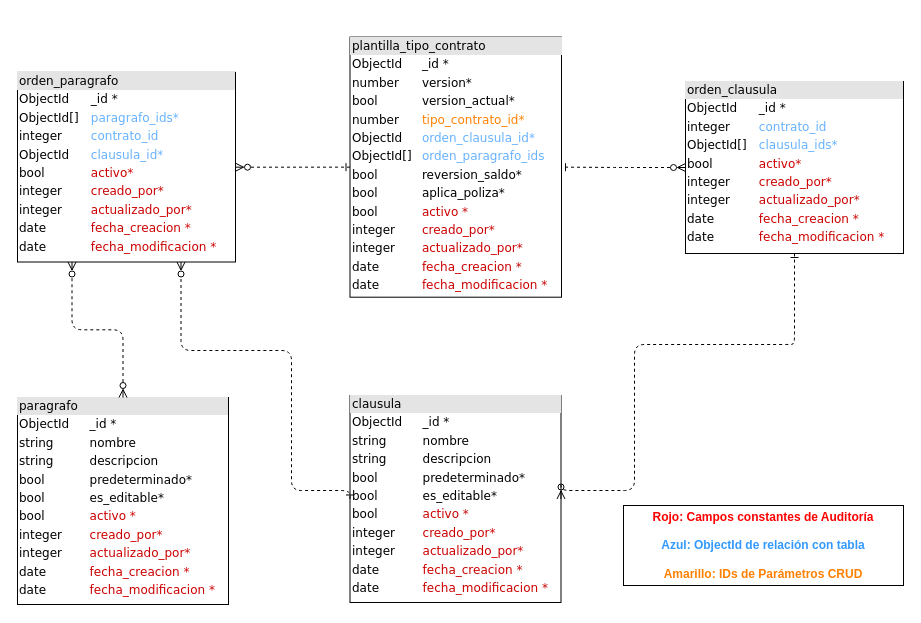
Earlier version of the draw.io diagram database/modelo-datos-no-relacional-clausulas-paragrafos.drawio (udistrital/clausulas_paragrafos_crud). Source tidied: cells renumbered, new cells numbered last; positions are measured from the earlier drawing's top-left corner, leaving out a move shared by most shapes. Both pictures are drawn from the tidied source at 100%, with x=0, y=0 at pixel (17, 37).
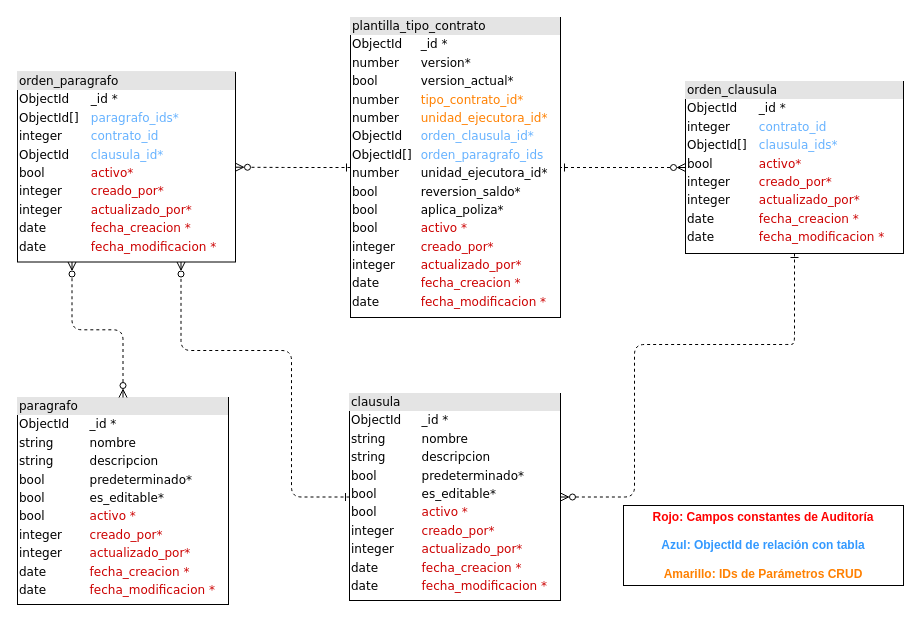
The same diagram, later.

Diff of the diagram source:
```diff
@@
 <mxGraphModel>
   <root>
     <mxCell id="0" />
     <mxCell id="1" parent="0" />
     <mxCell id="2" value="&lt;div style=&quot;box-sizing: border-box ; width: 100% ; background: #e4e4e4 ; padding: 2px&quot;&gt;clausula&lt;/div&gt;&lt;table style=&quot;width: 100% ; font-size: 1em&quot; cellpadding=&quot;2&quot; cellspacing=&quot;0&quot;&gt;&lt;tbody&gt;&lt;tr&gt;&lt;td&gt;ObjectId&lt;span style=&quot;white-space: pre;&quot;&gt;&#9;&lt;/span&gt;&lt;/td&gt;&lt;td&gt;_id *&lt;/td&gt;&lt;/tr&gt;&lt;tr&gt;&lt;td&gt;string&lt;/td&gt;&lt;td&gt;nombre&lt;/td&gt;&lt;/tr&gt;&lt;tr&gt;&lt;td&gt;string&lt;br&gt;&lt;/td&gt;&lt;td&gt;descripcion&lt;br&gt;&lt;/td&gt;&lt;/tr&gt;&lt;tr&gt;&lt;td&gt;bool&lt;/td&gt;&lt;td&gt;predeterminado*&lt;/td&gt;&lt;/tr&gt;&lt;tr&gt;&lt;td&gt;bool&lt;/td&gt;&lt;td&gt;es_editable*&lt;/td&gt;&lt;/tr&gt;&lt;tr&gt;&lt;td&gt;bool&lt;br&gt;&lt;/td&gt;&lt;td&gt;&lt;span style=&quot;color: rgb(204, 0, 0);&quot;&gt;activo *&lt;/span&gt;&lt;br style=&quot;color: rgb(204, 0, 0);&quot;&gt;&lt;/td&gt;&lt;/tr&gt;&lt;tr&gt;&lt;td&gt;integer&lt;br&gt;&lt;/td&gt;&lt;td&gt;&lt;span style=&quot;color: rgb(204, 0, 0);&quot;&gt;creado_por*&lt;/span&gt;&lt;br&gt;&lt;/td&gt;&lt;/tr&gt;&lt;tr&gt;&lt;td&gt;integer&lt;br&gt;&lt;/td&gt;&lt;td&gt;&lt;span style=&quot;color: rgb(204, 0, 0);&quot;&gt;actualizado_por*&lt;/span&gt;&lt;br&gt;&lt;/td&gt;&lt;/tr&gt;&lt;tr&gt;&lt;td&gt;date&lt;/td&gt;&lt;td&gt;&lt;span style=&quot;color: rgb(204, 0, 0);&quot;&gt;fecha_creacion *&lt;/span&gt;&lt;br style=&quot;color: rgb(204, 0, 0);&quot;&gt;&lt;/td&gt;&lt;/tr&gt;&lt;tr&gt;&lt;td&gt;date&lt;/td&gt;&lt;td&gt;&lt;span style=&quot;color: rgb(204, 0, 0);&quot;&gt;fecha_modificacion *&lt;/span&gt;&lt;br&gt;&lt;/td&gt;&lt;/tr&gt;&lt;/tbody&gt;&lt;/table&gt;" style="verticalAlign=top;align=left;overflow=fill;html=1;rounded=0;shadow=0;comic=0;labelBackgroundColor=none;strokeWidth=1;fontFamily=Verdana;fontSize=12;" parent="1" vertex="1">
-      <mxGeometry x="332.5" y="358" width="211" height="207" as="geometry" />
+      <mxGeometry x="332" y="356" width="211" height="207" as="geometry" />
     </mxCell>
     <mxCell id="3" value="&lt;div style=&quot;box-sizing: border-box ; width: 100% ; background: #e4e4e4 ; padding: 2px&quot;&gt;paragrafo&lt;/div&gt;&lt;table style=&quot;width: 100% ; font-size: 1em&quot; cellpadding=&quot;2&quot; cellspacing=&quot;0&quot;&gt;&lt;tbody&gt;&lt;tr&gt;&lt;td&gt;ObjectId&lt;span style=&quot;white-space: pre;&quot;&gt;&#9;&lt;/span&gt;&lt;/td&gt;&lt;td&gt;_id *&lt;/td&gt;&lt;/tr&gt;&lt;tr&gt;&lt;td&gt;string&lt;/td&gt;&lt;td&gt;nombre&lt;/td&gt;&lt;/tr&gt;&lt;tr&gt;&lt;td&gt;string&lt;br&gt;&lt;/td&gt;&lt;td&gt;descripcion&lt;br&gt;&lt;/td&gt;&lt;/tr&gt;&lt;tr&gt;&lt;td&gt;bool&lt;/td&gt;&lt;td&gt;predeterminado*&lt;/td&gt;&lt;/tr&gt;&lt;tr&gt;&lt;td&gt;bool&lt;/td&gt;&lt;td&gt;es_editable*&lt;/td&gt;&lt;/tr&gt;&lt;tr&gt;&lt;td&gt;bool&lt;br&gt;&lt;/td&gt;&lt;td&gt;&lt;span style=&quot;color: rgb(204, 0, 0);&quot;&gt;activo *&lt;/span&gt;&lt;br style=&quot;color: rgb(204, 0, 0);&quot;&gt;&lt;/td&gt;&lt;/tr&gt;&lt;tr&gt;&lt;td&gt;integer&lt;/td&gt;&lt;td&gt;&lt;span style=&quot;color: rgb(204, 0, 0);&quot;&gt;creado_por*&lt;/span&gt;&lt;br&gt;&lt;/td&gt;&lt;/tr&gt;&lt;tr&gt;&lt;td&gt;integer&lt;br&gt;&lt;/td&gt;&lt;td&gt;&lt;span style=&quot;color: rgb(204, 0, 0);&quot;&gt;actualizado_por*&lt;/span&gt;&lt;br&gt;&lt;/td&gt;&lt;/tr&gt;&lt;tr&gt;&lt;td&gt;date&lt;/td&gt;&lt;td&gt;&lt;span style=&quot;color: rgb(204, 0, 0);&quot;&gt;fecha_creacion *&lt;/span&gt;&lt;br style=&quot;color: rgb(204, 0, 0);&quot;&gt;&lt;/td&gt;&lt;/tr&gt;&lt;tr&gt;&lt;td&gt;date&lt;/td&gt;&lt;td&gt;&lt;span style=&quot;color: rgb(204, 0, 0);&quot;&gt;fecha_modificacion *&lt;/span&gt;&lt;br&gt;&lt;/td&gt;&lt;/tr&gt;&lt;/tbody&gt;&lt;/table&gt;" style="verticalAlign=top;align=left;overflow=fill;html=1;rounded=0;shadow=0;comic=0;labelBackgroundColor=none;strokeWidth=1;fontFamily=Verdana;fontSize=12;" parent="1" vertex="1">
       <mxGeometry y="360" width="211" height="207" as="geometry" />
     </mxCell>
     <mxCell id="4" value="&lt;div style=&quot;box-sizing: border-box ; width: 100% ; background: #e4e4e4 ; padding: 2px&quot;&gt;orden_clausula&lt;/div&gt;&lt;table style=&quot;width: 100% ; font-size: 1em&quot; cellpadding=&quot;2&quot; cellspacing=&quot;0&quot;&gt;&lt;tbody&gt;&lt;tr&gt;&lt;td&gt;ObjectId&lt;/td&gt;&lt;td&gt;_id *&lt;/td&gt;&lt;/tr&gt;&lt;tr&gt;&lt;td&gt;integer&lt;br&gt;&lt;/td&gt;&lt;td&gt;&lt;font color=&quot;#66b2ff&quot;&gt;contrato_id&lt;/font&gt;&lt;/td&gt;&lt;/tr&gt;&lt;tr&gt;&lt;td&gt;ObjectId[]&lt;/td&gt;&lt;td&gt;&lt;font color=&quot;#66b2ff&quot;&gt;clausula_ids*&lt;/font&gt;&lt;/td&gt;&lt;/tr&gt;&lt;tr&gt;&lt;td&gt;bool&lt;/td&gt;&lt;td&gt;&lt;font color=&quot;#cc0000&quot;&gt;activo*&lt;/font&gt;&lt;/td&gt;&lt;/tr&gt;&lt;tr&gt;&lt;td&gt;integer&lt;/td&gt;&lt;td&gt;&lt;font color=&quot;#cc0000&quot;&gt;creado_por*&lt;/font&gt;&lt;/td&gt;&lt;/tr&gt;&lt;tr&gt;&lt;td&gt;integer&lt;/td&gt;&lt;td&gt;&lt;font color=&quot;#cc0000&quot;&gt;actualizado_por*&lt;/font&gt;&lt;/td&gt;&lt;/tr&gt;&lt;tr&gt;&lt;td&gt;date&lt;/td&gt;&lt;td&gt;&lt;span style=&quot;color: rgb(204, 0, 0);&quot;&gt;fecha_creacion *&lt;/span&gt;&lt;br style=&quot;color: rgb(204, 0, 0);&quot;&gt;&lt;/td&gt;&lt;/tr&gt;&lt;tr&gt;&lt;td&gt;date&lt;/td&gt;&lt;td&gt;&lt;span style=&quot;color: rgb(204, 0, 0);&quot;&gt;fecha_modificacion *&lt;/span&gt;&lt;br&gt;&lt;/td&gt;&lt;/tr&gt;&lt;/tbody&gt;&lt;/table&gt;" style="verticalAlign=top;align=left;overflow=fill;html=1;rounded=0;shadow=0;comic=0;labelBackgroundColor=none;strokeWidth=1;fontFamily=Verdana;fontSize=12;" parent="1" vertex="1">
       <mxGeometry x="668" y="44" width="218" height="172" as="geometry" />
     </mxCell>
-    <mxCell id="5" value="&lt;div style=&quot;box-sizing: border-box ; width: 100% ; background: #e4e4e4 ; padding: 2px&quot;&gt;plantilla_tipo_contrato&lt;/div&gt;&lt;table style=&quot;width: 100% ; font-size: 1em&quot; cellpadding=&quot;2&quot; cellspacing=&quot;0&quot;&gt;&lt;tbody&gt;&lt;tr&gt;&lt;td&gt;ObjectId&lt;/td&gt;&lt;td&gt;_id *&lt;/td&gt;&lt;/tr&gt;&lt;tr&gt;&lt;td&gt;number&lt;/td&gt;&lt;td&gt;version*&lt;/td&gt;&lt;/tr&gt;&lt;tr&gt;&lt;td&gt;bool&lt;/td&gt;&lt;td&gt;version_actual*&lt;/td&gt;&lt;/tr&gt;&lt;tr&gt;&lt;td&gt;number&lt;/td&gt;&lt;td&gt;&lt;font color=&quot;#ff8000&quot;&gt;tipo_contrato_id*&lt;/font&gt;&lt;/td&gt;&lt;/tr&gt;&lt;tr&gt;&lt;td&gt;ObjectId&lt;/td&gt;&lt;td&gt;&lt;font color=&quot;#66b2ff&quot;&gt;orden_clausula_id*&lt;/font&gt;&lt;/td&gt;&lt;/tr&gt;&lt;tr&gt;&lt;td&gt;ObjectId[]&lt;/td&gt;&lt;td&gt;&lt;font color=&quot;#66b2ff&quot;&gt;orden_paragrafo_ids&lt;/font&gt;&lt;/td&gt;&lt;/tr&gt;&lt;tr&gt;&lt;td&gt;bool&lt;/td&gt;&lt;td&gt;reversion_saldo*&lt;/td&gt;&lt;/tr&gt;&lt;tr&gt;&lt;td&gt;bool&lt;/td&gt;&lt;td&gt;aplica_poliza*&lt;/td&gt;&lt;/tr&gt;&lt;tr&gt;&lt;td&gt;bool&lt;br&gt;&lt;/td&gt;&lt;td&gt;&lt;span style=&quot;color: rgb(204, 0, 0);&quot;&gt;activo *&lt;/span&gt;&lt;br style=&quot;color: rgb(204, 0, 0);&quot;&gt;&lt;/td&gt;&lt;/tr&gt;&lt;tr&gt;&lt;td&gt;integer&lt;br&gt;&lt;/td&gt;&lt;td&gt;&lt;span style=&quot;color: rgb(204, 0, 0);&quot;&gt;creado_por*&lt;/span&gt;&lt;br&gt;&lt;/td&gt;&lt;/tr&gt;&lt;tr&gt;&lt;td&gt;integer&lt;br&gt;&lt;/td&gt;&lt;td&gt;&lt;span style=&quot;color: rgb(204, 0, 0);&quot;&gt;actualizado_por*&lt;/span&gt;&lt;br&gt;&lt;/td&gt;&lt;/tr&gt;&lt;tr&gt;&lt;td&gt;date&lt;/td&gt;&lt;td&gt;&lt;span style=&quot;color: rgb(204, 0, 0);&quot;&gt;fecha_creacion *&lt;/span&gt;&lt;br style=&quot;color: rgb(204, 0, 0);&quot;&gt;&lt;/td&gt;&lt;/tr&gt;&lt;tr&gt;&lt;td&gt;date&lt;/td&gt;&lt;td&gt;&lt;span style=&quot;color: rgb(204, 0, 0);&quot;&gt;fecha_modificacion *&lt;/span&gt;&lt;br&gt;&lt;/td&gt;&lt;/tr&gt;&lt;/tbody&gt;&lt;/table&gt;" style="verticalAlign=top;align=left;overflow=fill;html=1;rounded=0;shadow=0;comic=0;labelBackgroundColor=none;strokeWidth=1;fontFamily=Verdana;fontSize=12;" parent="1" vertex="1">
-      <mxGeometry x="332.5" y="-0.4" width="211.5" height="260.1" as="geometry" />
+    <mxCell id="5" value="&lt;div style=&quot;box-sizing: border-box ; width: 100% ; background: #e4e4e4 ; padding: 2px&quot;&gt;plantilla_tipo_contrato&lt;/div&gt;&lt;table style=&quot;width: 100% ; font-size: 1em&quot; cellpadding=&quot;2&quot; cellspacing=&quot;0&quot;&gt;&lt;tbody&gt;&lt;tr&gt;&lt;td&gt;ObjectId&lt;/td&gt;&lt;td&gt;_id *&lt;/td&gt;&lt;/tr&gt;&lt;tr&gt;&lt;td&gt;number&lt;/td&gt;&lt;td&gt;version*&lt;/td&gt;&lt;/tr&gt;&lt;tr&gt;&lt;td&gt;bool&lt;/td&gt;&lt;td&gt;version_actual*&lt;/td&gt;&lt;/tr&gt;&lt;tr&gt;&lt;td&gt;number&lt;/td&gt;&lt;td&gt;&lt;font color=&quot;#ff8000&quot;&gt;tipo_contrato_id*&lt;/font&gt;&lt;/td&gt;&lt;/tr&gt;&lt;tr&gt;&lt;td&gt;number&lt;/td&gt;&lt;td&gt;&lt;font color=&quot;#ff8000&quot;&gt;unidad_ejecutora_id*&lt;/font&gt;&lt;/td&gt;&lt;/tr&gt;&lt;tr&gt;&lt;td&gt;ObjectId&lt;/td&gt;&lt;td&gt;&lt;font color=&quot;#66b2ff&quot;&gt;orden_clausula_id*&lt;/font&gt;&lt;/td&gt;&lt;/tr&gt;&lt;tr&gt;&lt;td&gt;ObjectId[]&lt;/td&gt;&lt;td&gt;&lt;font color=&quot;#66b2ff&quot;&gt;orden_paragrafo_ids&lt;/font&gt;&lt;/td&gt;&lt;/tr&gt;&lt;tr&gt;&lt;td&gt;number&lt;/td&gt;&lt;td&gt;unidad_ejecutora_id*&lt;/td&gt;&lt;/tr&gt;&lt;tr&gt;&lt;td&gt;bool&lt;/td&gt;&lt;td&gt;reversion_saldo*&lt;/td&gt;&lt;/tr&gt;&lt;tr&gt;&lt;td&gt;bool&lt;/td&gt;&lt;td&gt;aplica_poliza*&lt;/td&gt;&lt;/tr&gt;&lt;tr&gt;&lt;td&gt;bool&lt;br&gt;&lt;/td&gt;&lt;td&gt;&lt;span style=&quot;color: rgb(204, 0, 0);&quot;&gt;activo *&lt;/span&gt;&lt;br style=&quot;color: rgb(204, 0, 0);&quot;&gt;&lt;/td&gt;&lt;/tr&gt;&lt;tr&gt;&lt;td&gt;integer&lt;br&gt;&lt;/td&gt;&lt;td&gt;&lt;span style=&quot;color: rgb(204, 0, 0);&quot;&gt;creado_por*&lt;/span&gt;&lt;br&gt;&lt;/td&gt;&lt;/tr&gt;&lt;tr&gt;&lt;td&gt;integer&lt;br&gt;&lt;/td&gt;&lt;td&gt;&lt;span style=&quot;color: rgb(204, 0, 0);&quot;&gt;actualizado_por*&lt;/span&gt;&lt;br&gt;&lt;/td&gt;&lt;/tr&gt;&lt;tr&gt;&lt;td&gt;date&lt;/td&gt;&lt;td&gt;&lt;span style=&quot;color: rgb(204, 0, 0);&quot;&gt;fecha_creacion *&lt;/span&gt;&lt;br style=&quot;color: rgb(204, 0, 0);&quot;&gt;&lt;/td&gt;&lt;/tr&gt;&lt;tr&gt;&lt;td&gt;date&lt;/td&gt;&lt;td&gt;&lt;span style=&quot;color: rgb(204, 0, 0);&quot;&gt;fecha_modificacion *&lt;/span&gt;&lt;br&gt;&lt;/td&gt;&lt;/tr&gt;&lt;/tbody&gt;&lt;/table&gt;" style="verticalAlign=top;align=left;overflow=fill;html=1;rounded=0;shadow=0;comic=0;labelBackgroundColor=none;strokeWidth=1;fontFamily=Verdana;fontSize=12;" parent="1" vertex="1">
+      <mxGeometry x="333" y="-20" width="210" height="300" as="geometry" />
     </mxCell>
     <mxCell id="6" style="edgeStyle=orthogonalEdgeStyle;html=1;dashed=1;labelBackgroundColor=none;startArrow=ERone;endArrow=ERzeroToMany;fontFamily=Verdana;fontSize=12;align=left;startFill=0;endFill=0;entryX=1;entryY=0.5;entryDx=0;entryDy=0;exitX=0.5;exitY=1;exitDx=0;exitDy=0;" parent="1" edge="1" source="4" target="2">
       <mxGeometry relative="1" as="geometry">
         <Array as="points">
           <mxPoint x="777" y="306" />
           <mxPoint x="775" y="306" />
           <mxPoint x="775" y="307" />
           <mxPoint x="617" y="307" />
-          <mxPoint x="617" y="453" />
+          <mxPoint x="617" y="460" />
         </Array>
       </mxGeometry>
     </mxCell>
     <mxCell id="7" style="edgeStyle=orthogonalEdgeStyle;html=1;dashed=1;labelBackgroundColor=none;startArrow=ERone;endArrow=ERzeroToMany;fontFamily=Verdana;fontSize=12;align=left;startFill=0;endFill=0;entryX=0.75;entryY=1;entryDx=0;entryDy=0;exitX=0;exitY=0.5;exitDx=0;exitDy=0;" parent="1" edge="1" source="2" target="8">
       <mxGeometry relative="1" as="geometry">
         <Array as="points">
-          <mxPoint x="274" y="453" />
+          <mxPoint x="274" y="460" />
           <mxPoint x="274" y="313" />
           <mxPoint x="164" y="313" />
         </Array>
       </mxGeometry>
     </mxCell>
     <mxCell id="8" value="&lt;div style=&quot;box-sizing: border-box ; width: 100% ; background: #e4e4e4 ; padding: 2px&quot;&gt;orden_paragrafo&lt;/div&gt;&lt;table style=&quot;width: 100% ; font-size: 1em&quot; cellpadding=&quot;2&quot; cellspacing=&quot;0&quot;&gt;&lt;tbody&gt;&lt;tr&gt;&lt;td&gt;ObjectId&lt;/td&gt;&lt;td&gt;_id *&lt;/td&gt;&lt;/tr&gt;&lt;tr&gt;&lt;td&gt;ObjectId[]&lt;/td&gt;&lt;td&gt;&lt;font color=&quot;#66b2ff&quot;&gt;paragrafo_ids*&lt;/font&gt;&lt;/td&gt;&lt;/tr&gt;&lt;tr&gt;&lt;td&gt;integer&lt;/td&gt;&lt;td&gt;&lt;font color=&quot;#66b2ff&quot;&gt;contrato_id&lt;/font&gt;&lt;/td&gt;&lt;/tr&gt;&lt;tr&gt;&lt;td&gt;ObjectId&lt;/td&gt;&lt;td&gt;&lt;font color=&quot;#66b2ff&quot;&gt;clausula_id*&lt;/font&gt;&lt;/td&gt;&lt;/tr&gt;&lt;tr&gt;&lt;td&gt;bool&lt;/td&gt;&lt;td&gt;&lt;font color=&quot;#cc0000&quot;&gt;activo*&lt;/font&gt;&lt;/td&gt;&lt;/tr&gt;&lt;tr&gt;&lt;td&gt;integer&lt;/td&gt;&lt;td&gt;&lt;font color=&quot;#cc0000&quot;&gt;creado_por*&lt;/font&gt;&lt;/td&gt;&lt;/tr&gt;&lt;tr&gt;&lt;td&gt;integer&lt;/td&gt;&lt;td&gt;&lt;font color=&quot;#cc0000&quot;&gt;actualizado_por*&lt;/font&gt;&lt;/td&gt;&lt;/tr&gt;&lt;tr&gt;&lt;td&gt;date&lt;/td&gt;&lt;td&gt;&lt;span style=&quot;color: rgb(204, 0, 0);&quot;&gt;fecha_creacion *&lt;/span&gt;&lt;br style=&quot;color: rgb(204, 0, 0);&quot;&gt;&lt;/td&gt;&lt;/tr&gt;&lt;tr&gt;&lt;td&gt;date&lt;/td&gt;&lt;td&gt;&lt;span style=&quot;color: rgb(204, 0, 0);&quot;&gt;fecha_modificacion *&lt;/span&gt;&lt;br&gt;&lt;/td&gt;&lt;/tr&gt;&lt;/tbody&gt;&lt;/table&gt;" style="verticalAlign=top;align=left;overflow=fill;html=1;rounded=0;shadow=0;comic=0;labelBackgroundColor=none;strokeWidth=1;fontFamily=Verdana;fontSize=12;" parent="1" vertex="1">
       <mxGeometry y="34.9" width="218" height="189.6" as="geometry" />
     </mxCell>
     <mxCell id="9" style="edgeStyle=orthogonalEdgeStyle;html=1;dashed=1;labelBackgroundColor=none;startArrow=ERzeroToMany;endArrow=ERzeroToMany;fontFamily=Verdana;fontSize=12;align=left;startFill=0;endFill=0;entryX=0.25;entryY=1;entryDx=0;entryDy=0;exitX=0.5;exitY=0;exitDx=0;exitDy=0;" parent="1" edge="1" source="3" target="8">
       <mxGeometry relative="1" as="geometry" />
     </mxCell>
     <mxCell id="10" style="edgeStyle=orthogonalEdgeStyle;html=1;dashed=1;labelBackgroundColor=none;startArrow=ERone;endArrow=ERzeroToMany;fontFamily=Verdana;fontSize=12;align=left;startFill=0;endFill=0;entryX=1;entryY=0.5;entryDx=0;entryDy=0;exitX=0;exitY=0.5;exitDx=0;exitDy=0;" parent="1" edge="1" source="5" target="8">
       <mxGeometry relative="1" as="geometry" />
     </mxCell>
     <mxCell id="11" style="edgeStyle=orthogonalEdgeStyle;html=1;dashed=1;labelBackgroundColor=none;startArrow=ERzeroToMany;endArrow=ERone;fontFamily=Verdana;fontSize=12;align=left;startFill=0;endFill=0;entryX=1;entryY=0.5;entryDx=0;entryDy=0;exitX=0;exitY=0.5;exitDx=0;exitDy=0;" parent="1" edge="1" source="4" target="5">
       <mxGeometry relative="1" as="geometry" />
     </mxCell>
     <mxCell id="12" value="&lt;b&gt;&lt;font color=&quot;#ff0000&quot;&gt;Rojo: Campos constantes de Auditoría&lt;/font&gt;&lt;/b&gt;&lt;div&gt;&lt;b&gt;&lt;font color=&quot;#ff0000&quot;&gt;&lt;br&gt;&lt;/font&gt;&lt;/b&gt;&lt;/div&gt;&lt;div&gt;&lt;b&gt;&lt;font color=&quot;#3399ff&quot;&gt;Azul: ObjectId de relación con tabla&lt;/font&gt;&lt;/b&gt;&lt;/div&gt;&lt;div&gt;&lt;b&gt;&lt;font color=&quot;#3399ff&quot;&gt;&lt;br&gt;&lt;/font&gt;&lt;/b&gt;&lt;/div&gt;&lt;div&gt;&lt;b&gt;&lt;font color=&quot;#ff8000&quot;&gt;Amarillo: IDs de Parámetros CRUD&lt;/font&gt;&lt;/b&gt;&lt;/div&gt;" style="rounded=0;whiteSpace=wrap;html=1;" parent="1" vertex="1">
       <mxGeometry x="606" y="468" width="280" height="80" as="geometry" />
     </mxCell>
   </root>
 </mxGraphModel>
```
